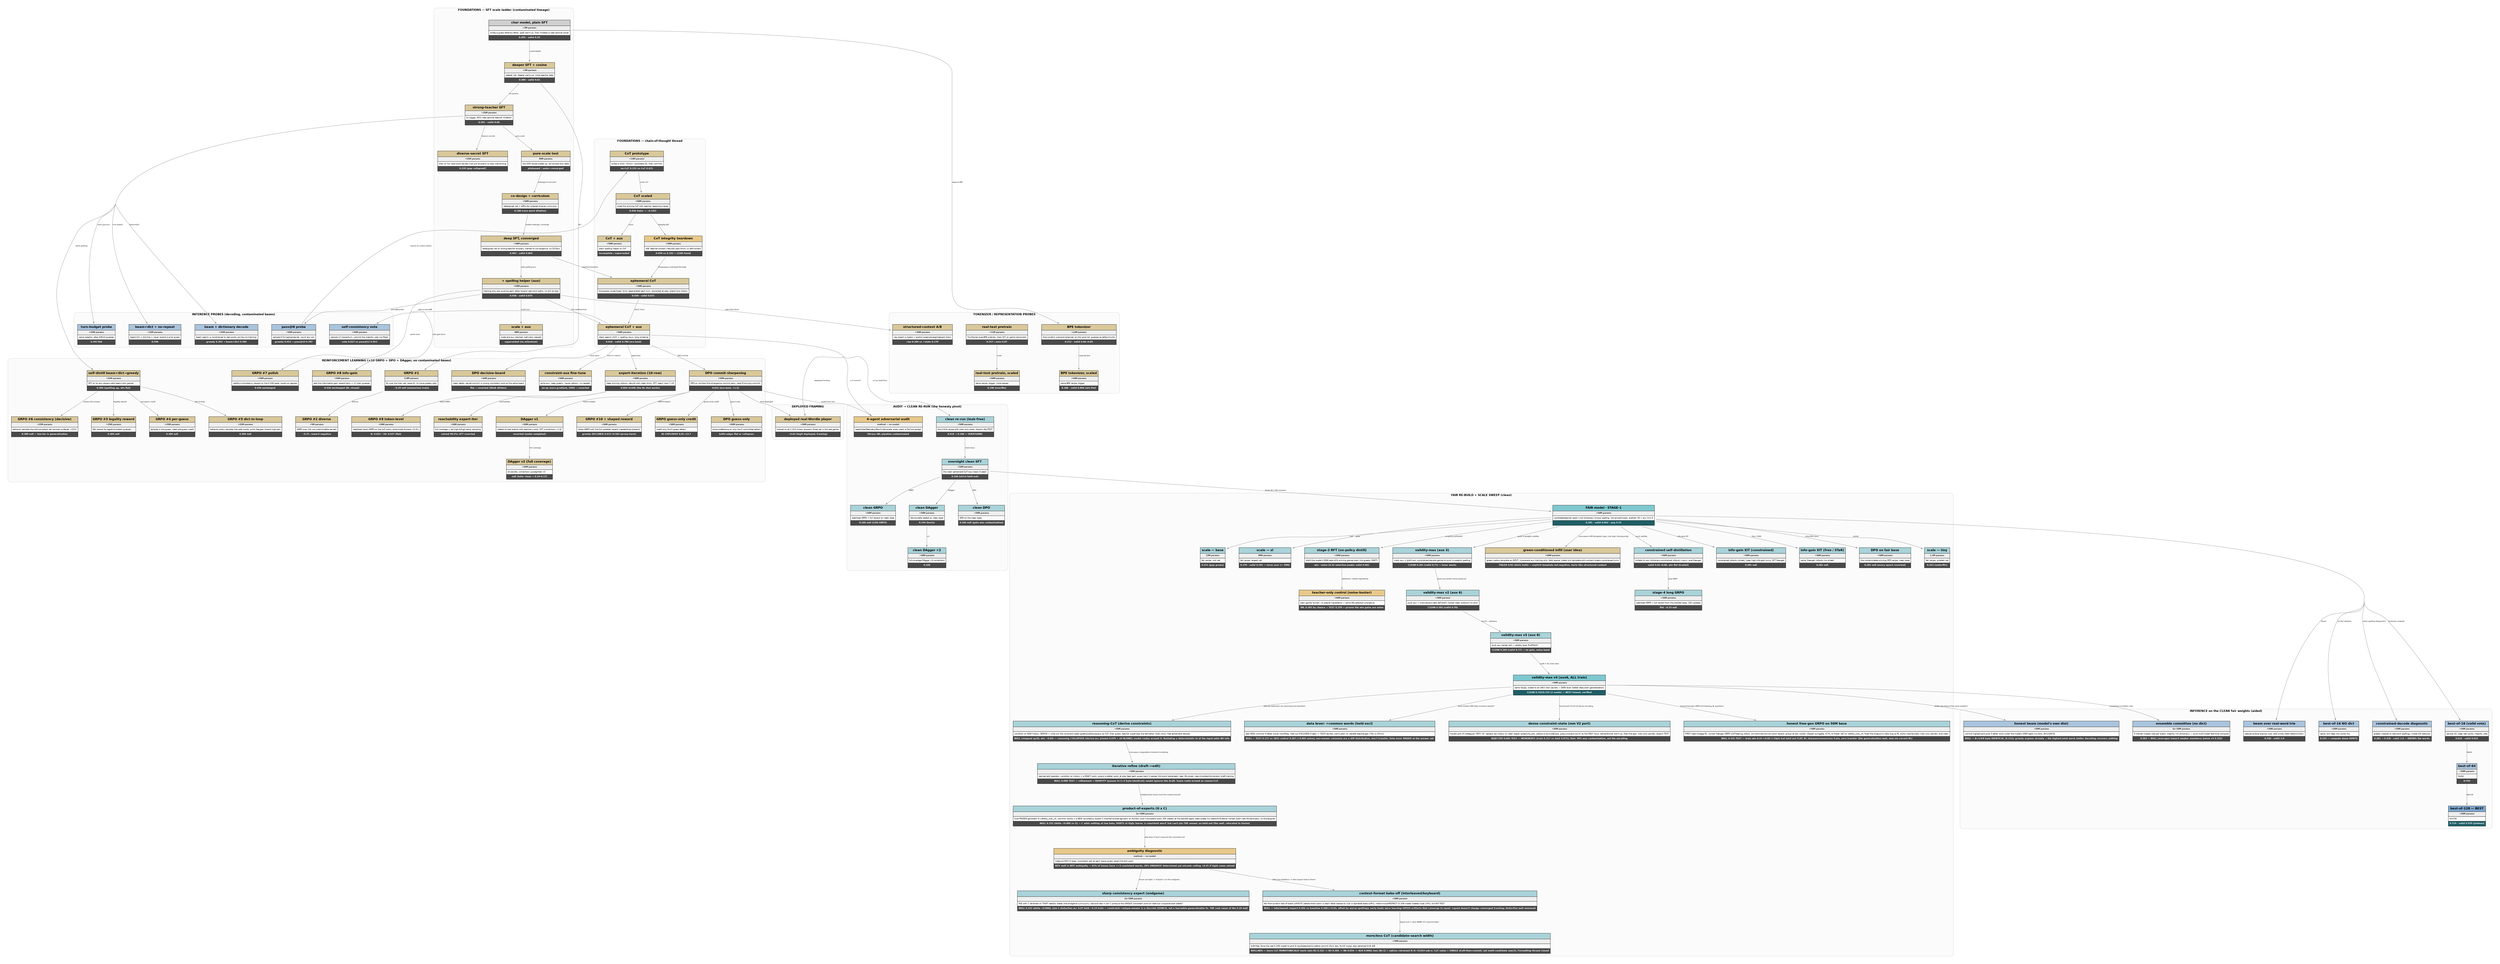
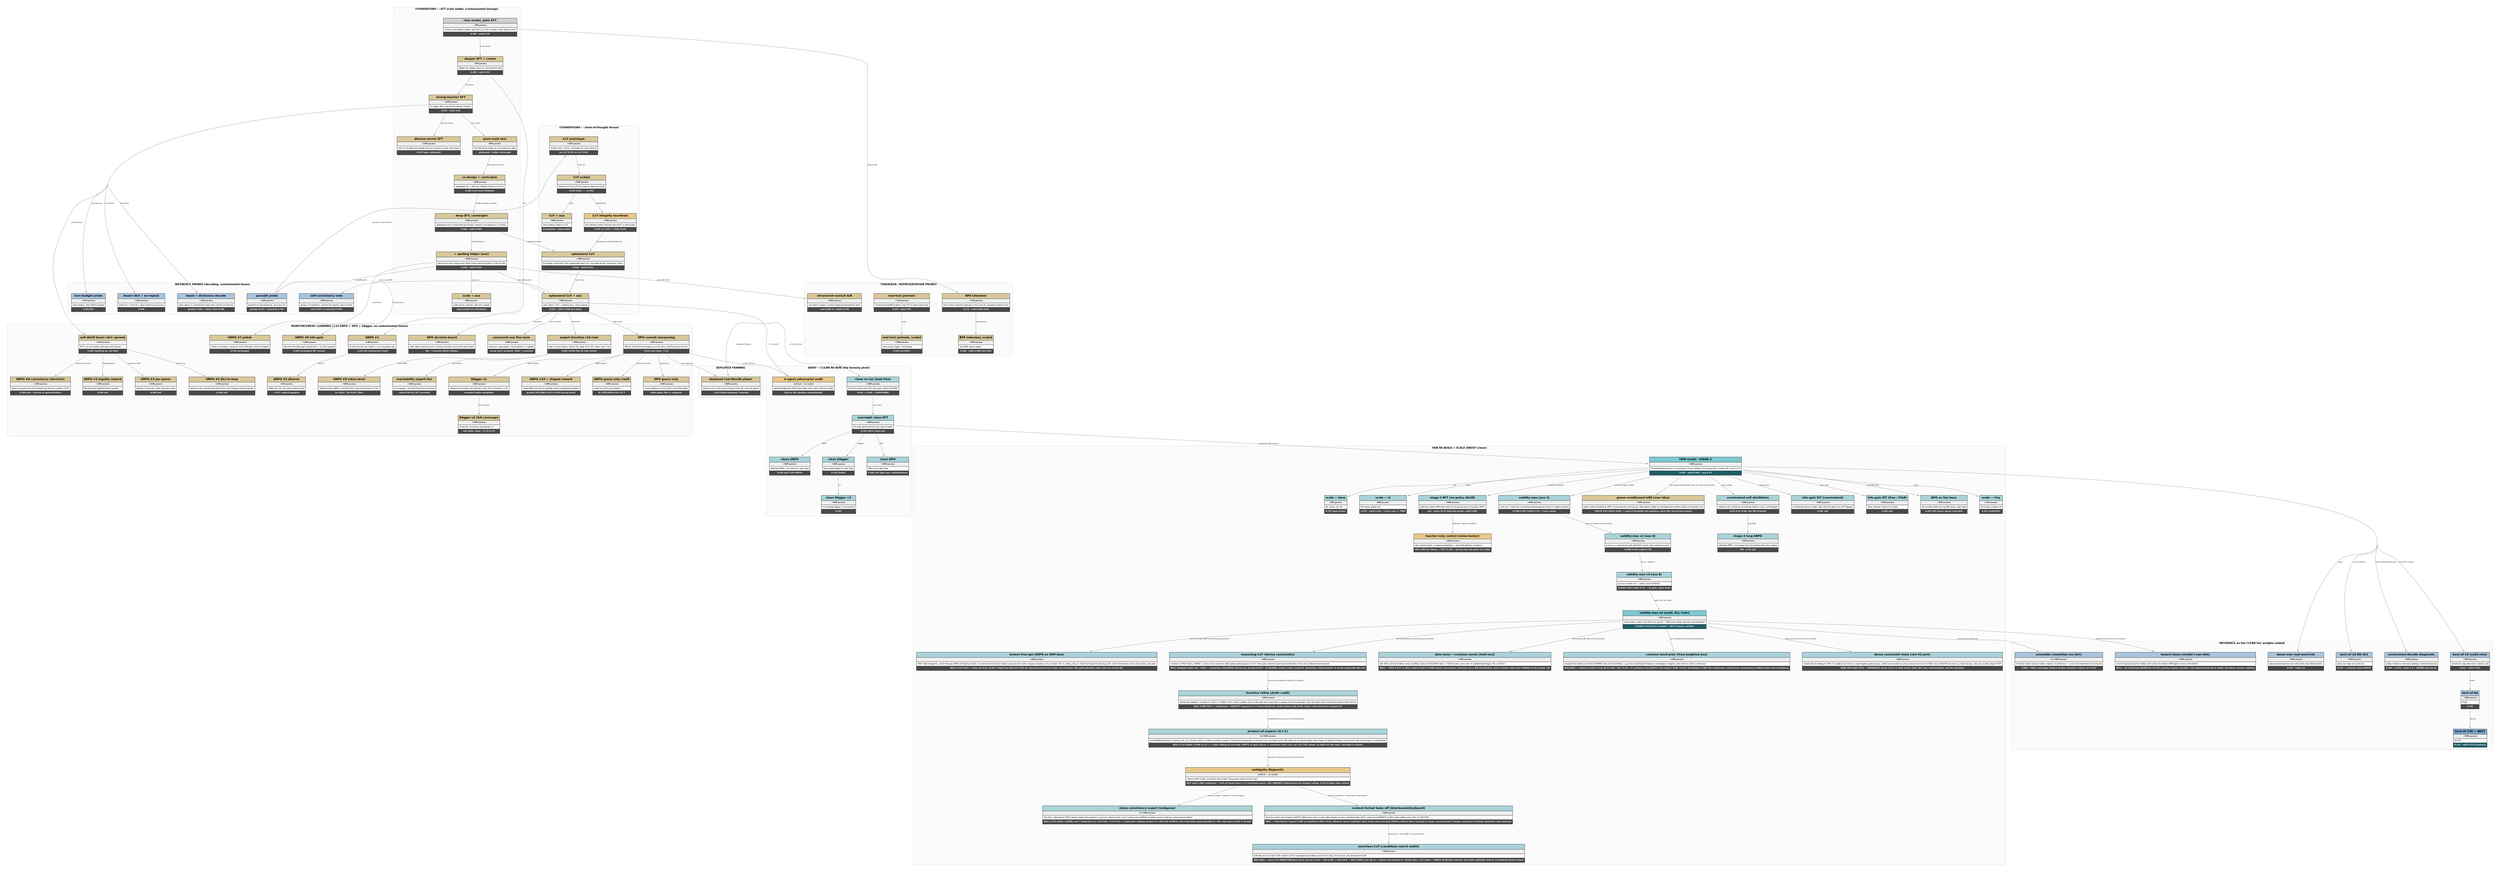
digraph experiments {
  rankdir=TB; bgcolor="white";
  graph [fontname="Helvetica", ranksep=1.2, nodesep=0.65, fontsize=13, concentrate=true, splines=spline, pad=0.4];
  node [shape=plaintext, fontname="Helvetica"];
  edge [fontname="Helvetica", fontsize=8, color="#888888", penwidth=1.1, arrowsize=0.7];
  subgraph cluster_found { label=<<B>FOUNDATIONS — SFT scale ladder (contaminated lineage)</B>>; fontsize=13; color="#cccccc"; style="rounded"; bgcolor="#fbfbfb";
    sft_3m [label=<<TABLE BORDER="0" CELLBORDER="1" CELLSPACING="0" CELLPADDING="5"><TR><TD BGCOLOR="#cfcfcf"><B>char model, plain SFT</B></TD></TR><TR><TD BGCOLOR="#efefef"><FONT POINT-SIZE="9" COLOR="#222222"><B>≈3M params</B></FONT></TD></TR><TR><TD ALIGN="LEFT"><FONT POINT-SIZE="9">writes a guess letter-by-letter; spell warm-up, then imitates a near-optimal solver</FONT></TD></TR><TR><TD BGCOLOR="#4a4a4a"><FONT COLOR="white" POINT-SIZE="10"><B>0.205 · valid 0.54</B></FONT></TD></TR></TABLE>>];
    sft_5m [label=<<TABLE BORDER="0" CELLBORDER="1" CELLSPACING="0" CELLPADDING="5"><TR><TD BGCOLOR="#d9c89a"><B>deeper SFT + cosine</B></TD></TR><TR><TD BGCOLOR="#efefef"><FONT POINT-SIZE="9" COLOR="#222222"><B>≈5M params</B></FONT></TD></TR><TR><TD ALIGN="LEFT"><FONT POINT-SIZE="9">deeper net, deeper warm-up, more teacher data</FONT></TD></TR><TR><TD BGCOLOR="#4a4a4a"><FONT COLOR="white" POINT-SIZE="10"><B>0.300 · valid 0.61</B></FONT></TD></TR></TABLE>>];
    sft_25m [label=<<TABLE BORDER="0" CELLBORDER="1" CELLSPACING="0" CELLPADDING="5"><TR><TD BGCOLOR="#d9c89a"><B>strong-teacher SFT</B></TD></TR><TR><TD BGCOLOR="#efefef"><FONT POINT-SIZE="9" COLOR="#222222"><B>≈25M params</B></FONT></TD></TR><TR><TD ALIGN="LEFT"><FONT POINT-SIZE="9">5x bigger, 80% near-optimal teacher imitation</FONT></TD></TR><TR><TD BGCOLOR="#4a4a4a"><FONT COLOR="white" POINT-SIZE="10"><B>0.391 · valid 0.66</B></FONT></TD></TR></TABLE>>];
    sft_25m_div [label=<<TABLE BORDER="0" CELLBORDER="1" CELLSPACING="0" CELLPADDING="5"><TR><TD BGCOLOR="#d9c89a"><B>diverse-secret SFT</B></TD></TR><TR><TD BGCOLOR="#efefef"><FONT POINT-SIZE="9" COLOR="#222222"><B>≈25M params</B></FONT></TD></TR><TR><TD ALIGN="LEFT"><FONT POINT-SIZE="9">train on full valid-word secrets (not just answers) to stop memorizing</FONT></TD></TR><TR><TD BGCOLOR="#4a4a4a"><FONT COLOR="white" POINT-SIZE="10"><B>0.220 (gap collapsed)</B></FONT></TD></TR></TABLE>>];
    scale_99m [label=<<TABLE BORDER="0" CELLBORDER="1" CELLSPACING="0" CELLPADDING="5"><TR><TD BGCOLOR="#d9c89a"><B>pure-scale test</B></TD></TR><TR><TD BGCOLOR="#efefef"><FONT POINT-SIZE="9" COLOR="#222222"><B>99M params</B></FONT></TD></TR><TR><TD ALIGN="LEFT"><FONT POINT-SIZE="9">the 25M recipe scaled up, old answer-only data</FONT></TD></TR><TR><TD BGCOLOR="#4a4a4a"><FONT COLOR="white" POINT-SIZE="10"><B>plateaued / under-converged</B></FONT></TD></TR></TABLE>>];
    codesign_50m [label=<<TABLE BORDER="0" CELLBORDER="1" CELLSPACING="0" CELLPADDING="5"><TR><TD BGCOLOR="#d9c89a"><B>co-design + curriculum</B></TD></TR><TR><TD BGCOLOR="#efefef"><FONT POINT-SIZE="9" COLOR="#222222"><B>≈50M params</B></FONT></TD></TR><TR><TD ALIGN="LEFT"><FONT POINT-SIZE="9">redesigned net + difficulty-ordered diverse curriculum</FONT></TD></TR><TR><TD BGCOLOR="#4a4a4a"><FONT COLOR="white" POINT-SIZE="10"><B>0.188 (rare-word dilution)</B></FONT></TD></TR></TABLE>>];
    sft_deep [label=<<TABLE BORDER="0" CELLBORDER="1" CELLSPACING="0" CELLPADDING="5"><TR><TD BGCOLOR="#d9c89a"><B>deep SFT, converged</B></TD></TR><TR><TD BGCOLOR="#efefef"><FONT POINT-SIZE="9" COLOR="#222222"><B>≈50M params</B></FONT></TD></TR><TR><TD ALIGN="LEFT"><FONT POINT-SIZE="9">redesigned net on strong-teacher answers, trained to convergence; no CoT/aux</FONT></TD></TR><TR><TD BGCOLOR="#4a4a4a"><FONT COLOR="white" POINT-SIZE="10"><B>0.402 · valid 0.664</B></FONT></TD></TR></TABLE>>];
    sft_aux [label=<<TABLE BORDER="0" CELLBORDER="1" CELLSPACING="0" CELLPADDING="5"><TR><TD BGCOLOR="#d9c89a"><B>+ spelling helper (aux)</B></TD></TR><TR><TD BGCOLOR="#efefef"><FONT POINT-SIZE="9" COLOR="#222222"><B>≈50M params</B></FONT></TD></TR><TR><TD ALIGN="LEFT"><FONT POINT-SIZE="9">training-only loss pushing each letter toward real-word paths; no dict at play</FONT></TD></TR><TR><TD BGCOLOR="#4a4a4a"><FONT COLOR="white" POINT-SIZE="10"><B>0.436 · valid 0.675</B></FONT></TD></TR></TABLE>>];
    sft_aux_xl [label=<<TABLE BORDER="0" CELLBORDER="1" CELLSPACING="0" CELLPADDING="5"><TR><TD BGCOLOR="#d9c89a"><B>scale + aux</B></TD></TR><TR><TD BGCOLOR="#efefef"><FONT POINT-SIZE="9" COLOR="#222222"><B>98M params</B></FONT></TD></TR><TR><TD ALIGN="LEFT"><FONT POINT-SIZE="9">scale and aux stacked, wall-clock capped</FONT></TD></TR><TR><TD BGCOLOR="#4a4a4a"><FONT COLOR="white" POINT-SIZE="10"><B>superseded (no milestone)</B></FONT></TD></TR></TABLE>>];
  }
  subgraph cluster_cot { label=<<B>FOUNDATIONS — chain-of-thought thread</B>>; fontsize=13; color="#cccccc"; style="rounded"; bgcolor="#fbfbfb";
    cot_14m [label=<<TABLE BORDER="0" CELLBORDER="1" CELLSPACING="0" CELLPADDING="5"><TR><TD BGCOLOR="#d9c89a"><B>CoT prototype</B></TD></TR><TR><TD BGCOLOR="#efefef"><FONT POINT-SIZE="9" COLOR="#222222"><B>≈14M params</B></FONT></TD></TR><TR><TD ALIGN="LEFT"><FONT POINT-SIZE="9">writes a short &lt;think&gt; candidate list, then commits</FONT></TD></TR><TR><TD BGCOLOR="#4a4a4a"><FONT COLOR="white" POINT-SIZE="10"><B>no-CoT 0.155 vs CoT 0.415</B></FONT></TD></TR></TABLE>>];
    cot_50m [label=<<TABLE BORDER="0" CELLBORDER="1" CELLSPACING="0" CELLPADDING="5"><TR><TD BGCOLOR="#d9c89a"><B>CoT scaled</B></TD></TR><TR><TD BGCOLOR="#efefef"><FONT POINT-SIZE="9" COLOR="#222222"><B>≈50M params</B></FONT></TD></TR><TR><TD ALIGN="LEFT"><FONT POINT-SIZE="9">scale the winning CoT with teacher reasoning traces</FONT></TD></TR><TR><TD BGCOLOR="#4a4a4a"><FONT COLOR="white" POINT-SIZE="10"><B>0.456 (later → ~0.192)</B></FONT></TD></TR></TABLE>>];
    cot_50m_aux [label=<<TABLE BORDER="0" CELLBORDER="1" CELLSPACING="0" CELLPADDING="5"><TR><TD BGCOLOR="#d9c89a"><B>CoT + aux</B></TD></TR><TR><TD BGCOLOR="#efefef"><FONT POINT-SIZE="9" COLOR="#222222"><B>≈50M params</B></FONT></TD></TR><TR><TD ALIGN="LEFT"><FONT POINT-SIZE="9">stack spelling helper on CoT</FONT></TD></TR><TR><TD BGCOLOR="#4a4a4a"><FONT COLOR="white" POINT-SIZE="10"><B>incomplete / superseded</B></FONT></TD></TR></TABLE>>];
    cot_show [label=<<TABLE BORDER="0" CELLBORDER="1" CELLSPACING="0" CELLPADDING="5"><TR><TD BGCOLOR="#e8c98a"><B>CoT integrity teardown</B></TD></TR><TR><TD BGCOLOR="#efefef"><FONT POINT-SIZE="9" COLOR="#222222"><B>≈50M params</B></FONT></TD></TR><TR><TD ALIGN="LEFT"><FONT POINT-SIZE="9">A/B: teacher-context (rebuilds past think) vs self-context</FONT></TD></TR><TR><TD BGCOLOR="#4a4a4a"><FONT COLOR="white" POINT-SIZE="10"><B>0.450 vs 0.192 — LEAK found</B></FONT></TD></TR></TABLE>>];
    cot_eph [label=<<TABLE BORDER="0" CELLBORDER="1" CELLSPACING="0" CELLPADDING="5"><TR><TD BGCOLOR="#d9c89a"><B>ephemeral CoT</B></TD></TR><TR><TD BGCOLOR="#efefef"><FONT POINT-SIZE="9" COLOR="#222222"><B>≈50M params</B></FONT></TD></TR><TR><TD ALIGN="LEFT"><FONT POINT-SIZE="9">throwaway scratchpad: think regenerated each turn, discarded at play; board-only history</FONT></TD></TR><TR><TD BGCOLOR="#4a4a4a"><FONT COLOR="white" POINT-SIZE="10"><B>0.430 · valid 0.671</B></FONT></TD></TR></TABLE>>];
    cot_eph_aux [label=<<TABLE BORDER="0" CELLBORDER="1" CELLSPACING="0" CELLPADDING="5"><TR><TD BGCOLOR="#d9c89a"><B>ephemeral CoT + aux</B></TD></TR><TR><TD BGCOLOR="#efefef"><FONT POINT-SIZE="9" COLOR="#222222"><B>≈50M params</B></FONT></TD></TR><TR><TD ALIGN="LEFT"><FONT POINT-SIZE="9">stack search (CoT) + spelling (aux); long schedule</FONT></TD></TR><TR><TD BGCOLOR="#4a4a4a"><FONT COLOR="white" POINT-SIZE="10"><B>0.616 · valid 0.788 (era best)</B></FONT></TD></TR></TABLE>>];
  }
  subgraph cluster_val { label=<<B>TOKENIZER / REPRESENTATION PROBES</B>>; fontsize=13; color="#cccccc"; style="rounded"; bgcolor="#fbfbfb";
    bpe_12m [label=<<TABLE BORDER="0" CELLBORDER="1" CELLSPACING="0" CELLPADDING="5"><TR><TD BGCOLOR="#d9c89a"><B>BPE tokenizer</B></TD></TR><TR><TD BGCOLOR="#efefef"><FONT POINT-SIZE="9" COLOR="#222222"><B>≈12M params</B></FONT></TD></TR><TR><TD ALIGN="LEFT"><FONT POINT-SIZE="9">from-scratch subword tokenizer on the word list; guesses as letter-chunks</FONT></TD></TR><TR><TD BGCOLOR="#4a4a4a"><FONT COLOR="white" POINT-SIZE="10"><B>0.212 · valid 0.66→0.85</B></FONT></TD></TR></TABLE>>];
    bpe_50m [label=<<TABLE BORDER="0" CELLBORDER="1" CELLSPACING="0" CELLPADDING="5"><TR><TD BGCOLOR="#d9c89a"><B>BPE tokenizer, scaled</B></TD></TR><TR><TD BGCOLOR="#efefef"><FONT POINT-SIZE="9" COLOR="#222222"><B>≈50M params</B></FONT></TD></TR><TR><TD ALIGN="LEFT"><FONT POINT-SIZE="9">same BPE recipe, bigger</FONT></TD></TR><TR><TD BGCOLOR="#4a4a4a"><FONT COLOR="white" POINT-SIZE="10"><B>0.188 · valid 0.806 (win flat)</B></FONT></TD></TR></TABLE>>];
    oreo_11m [label=<<TABLE BORDER="0" CELLBORDER="1" CELLSPACING="0" CELLPADDING="5"><TR><TD BGCOLOR="#d9c89a"><B>real-text pretrain</B></TD></TR><TR><TD BGCOLOR="#efefef"><FONT POINT-SIZE="9" COLOR="#222222"><B>≈11M params</B></FONT></TD></TR><TR><TD ALIGN="LEFT"><FONT POINT-SIZE="9">TinyStories byte-BPE pretrain, then SFT on game transcripts</FONT></TD></TR><TR><TD BGCOLOR="#4a4a4a"><FONT COLOR="white" POINT-SIZE="10"><B>0.257 / seen 0.87</B></FONT></TD></TR></TABLE>>];
    oreo_50m [label=<<TABLE BORDER="0" CELLBORDER="1" CELLSPACING="0" CELLPADDING="5"><TR><TD BGCOLOR="#d9c89a"><B>real-text pretrain, scaled</B></TD></TR><TR><TD BGCOLOR="#efefef"><FONT POINT-SIZE="9" COLOR="#222222"><B>≈50M params</B></FONT></TD></TR><TR><TD ALIGN="LEFT"><FONT POINT-SIZE="9">same recipe, bigger, more passes</FONT></TD></TR><TR><TD BGCOLOR="#4a4a4a"><FONT COLOR="white" POINT-SIZE="10"><B>0.190 (overfits)</B></FONT></TD></TR></TABLE>>];
    structured_ctx [label=<<TABLE BORDER="0" CELLBORDER="1" CELLSPACING="0" CELLPADDING="5"><TR><TD BGCOLOR="#d9c89a"><B>structured-context A/B</B></TD></TR><TR><TD BGCOLOR="#efefef"><FONT POINT-SIZE="9" COLOR="#222222"><B>≈50M params</B></FONT></TD></TR><TR><TD ALIGN="LEFT"><FONT POINT-SIZE="9">raw board vs board + explicit greens/present/absent block</FONT></TD></TR><TR><TD BGCOLOR="#4a4a4a"><FONT COLOR="white" POINT-SIZE="10"><B>raw 0.260 vs +state 0.170</B></FONT></TD></TR></TABLE>>];
  }
  subgraph cluster_rl { label=<<B>REINFORCEMENT LEARNING (×10 GRPO + DPO + DAgger, on contaminated bases)</B>>; fontsize=13; color="#cccccc"; style="rounded"; bgcolor="#fbfbfb";
    grpo_5m [label=<<TABLE BORDER="0" CELLBORDER="1" CELLSPACING="0" CELLPADDING="5"><TR><TD BGCOLOR="#d9c89a"><B>GRPO #1</B></TD></TR><TR><TD BGCOLOR="#efefef"><FONT POINT-SIZE="9" COLOR="#222222"><B>4.8M params</B></FONT></TD></TR><TR><TD ALIGN="LEFT"><FONT POINT-SIZE="9">RL over the train set, loose KL, to move greedy play</FONT></TD></TR><TR><TD BGCOLOR="#4a4a4a"><FONT COLOR="white" POINT-SIZE="10"><B>~0.29 null (memorizes train)</B></FONT></TD></TR></TABLE>>];
    grpo_5m_div [label=<<TABLE BORDER="0" CELLBORDER="1" CELLSPACING="0" CELLPADDING="5"><TR><TD BGCOLOR="#d9c89a"><B>GRPO #2 diverse</B></TD></TR><TR><TD BGCOLOR="#efefef"><FONT POINT-SIZE="9" COLOR="#222222"><B>≈5M params</B></FONT></TD></TR><TR><TD ALIGN="LEFT"><FONT POINT-SIZE="9">GRPO over 14k non-memorizable secrets</FONT></TD></TR><TR><TD BGCOLOR="#4a4a4a"><FONT COLOR="white" POINT-SIZE="10"><B>~0.27, reward negative</B></FONT></TD></TR></TABLE>>];
    self_distill_25m [label=<<TABLE BORDER="0" CELLBORDER="1" CELLSPACING="0" CELLPADDING="5"><TR><TD BGCOLOR="#d9c89a"><B>self-distill beam+dict→greedy</B></TD></TR><TR><TD BGCOLOR="#efefef"><FONT POINT-SIZE="9" COLOR="#222222"><B>≈25M params</B></FONT></TD></TR><TR><TD ALIGN="LEFT"><FONT POINT-SIZE="9">SFT on its own always-valid beam+dict games</FONT></TD></TR><TR><TD BGCOLOR="#4a4a4a"><FONT COLOR="white" POINT-SIZE="10"><B>0.384 (spelling up, win flat)</B></FONT></TD></TR></TABLE>>];
    rl_consistency [label=<<TABLE BORDER="0" CELLBORDER="1" CELLSPACING="0" CELLPADDING="5"><TR><TD BGCOLOR="#d9c89a"><B>GRPO #3 legality reward</B></TD></TR><TR><TD BGCOLOR="#efefef"><FONT POINT-SIZE="9" COLOR="#222222"><B>≈25M params</B></FONT></TD></TR><TR><TD ALIGN="LEFT"><FONT POINT-SIZE="9">flat reward for legal/consistent guesses</FONT></TD></TR><TR><TD BGCOLOR="#4a4a4a"><FONT COLOR="white" POINT-SIZE="10"><B>0.384 null</B></FONT></TD></TR></TABLE>>];
    rl_perguess [label=<<TABLE BORDER="0" CELLBORDER="1" CELLSPACING="0" CELLPADDING="5"><TR><TD BGCOLOR="#d9c89a"><B>GRPO #4 per-guess</B></TD></TR><TR><TD BGCOLOR="#efefef"><FONT POINT-SIZE="9" COLOR="#222222"><B>≈25M params</B></FONT></TD></TR><TR><TD ALIGN="LEFT"><FONT POINT-SIZE="9">episode = one guess, clean per-guess credit</FONT></TD></TR><TR><TD BGCOLOR="#4a4a4a"><FONT COLOR="white" POINT-SIZE="10"><B>0.384 null</B></FONT></TD></TR></TABLE>>];
    rl_dict [label=<<TABLE BORDER="0" CELLBORDER="1" CELLSPACING="0" CELLPADDING="5"><TR><TD BGCOLOR="#d9c89a"><B>GRPO #5 dict-in-loop</B></TD></TR><TR><TD BGCOLOR="#efefef"><FONT POINT-SIZE="9" COLOR="#222222"><B>≈25M params</B></FONT></TD></TR><TR><TD ALIGN="LEFT"><FONT POINT-SIZE="9">behavior policy samples trie-valid words, push free-gen toward high-adv</FONT></TD></TR><TR><TD BGCOLOR="#4a4a4a"><FONT COLOR="white" POINT-SIZE="10"><B>0.384 null</B></FONT></TD></TR></TABLE>>];
    rl_constrained [label=<<TABLE BORDER="0" CELLBORDER="1" CELLSPACING="0" CELLPADDING="5"><TR><TD BGCOLOR="#d9c89a"><B>GRPO #6 consistency (decisive)</B></TD></TR><TR><TD BGCOLOR="#efefef"><FONT POINT-SIZE="9" COLOR="#222222"><B>≈25M params</B></FONT></TD></TR><TR><TD ALIGN="LEFT"><FONT POINT-SIZE="9">behavior samples the still-consistent set (answer surfaced ~22%)</FONT></TD></TR><TR><TD BGCOLOR="#4a4a4a"><FONT COLOR="white" POINT-SIZE="10"><B>0.389 null — barrier is generalization</B></FONT></TD></TR></TABLE>>];
    rl_polish [label=<<TABLE BORDER="0" CELLBORDER="1" CELLSPACING="0" CELLPADDING="5"><TR><TD BGCOLOR="#d9c89a"><B>GRPO #7 polish</B></TD></TR><TR><TD BGCOLOR="#efefef"><FONT POINT-SIZE="9" COLOR="#222222"><B>≈50M params</B></FONT></TD></TR><TR><TD ALIGN="LEFT"><FONT POINT-SIZE="9">validity+consistency reward on the 0.436 base, revert-on-regress</FONT></TD></TR><TR><TD BGCOLOR="#4a4a4a"><FONT COLOR="white" POINT-SIZE="10"><B>0.436 unchanged</B></FONT></TD></TR></TABLE>>];
    rl_infogain [label=<<TABLE BORDER="0" CELLBORDER="1" CELLSPACING="0" CELLPADDING="5"><TR><TD BGCOLOR="#d9c89a"><B>GRPO #8 info-gain</B></TD></TR><TR><TD BGCOLOR="#efefef"><FONT POINT-SIZE="9" COLOR="#222222"><B>≈50M params</B></FONT></TD></TR><TR><TD ALIGN="LEFT"><FONT POINT-SIZE="9">add the information-gain reward term + 12 train guesses</FONT></TD></TR><TR><TD BGCOLOR="#4a4a4a"><FONT COLOR="white" POINT-SIZE="10"><B>0.436 unchanged (RL closed)</B></FONT></TD></TR></TABLE>>];
    rl_expert_10row [label=<<TABLE BORDER="0" CELLBORDER="1" CELLSPACING="0" CELLPADDING="5"><TR><TD BGCOLOR="#d9c89a"><B>expert-iteration (10-row)</B></TD></TR><TR><TD BGCOLOR="#efefef"><FONT POINT-SIZE="9" COLOR="#222222"><B>≈50M params</B></FONT></TD></TR><TR><TD ALIGN="LEFT"><FONT POINT-SIZE="9">keep winning rollouts, rebuild with clean think, SFT; teach rows 7–10</FONT></TD></TR><TR><TD BGCOLOR="#4a4a4a"><FONT COLOR="white" POINT-SIZE="10"><B>0.604→0.646 (the RL that works)</B></FONT></TD></TR></TABLE>>];
    rl_expert_tail [label=<<TABLE BORDER="0" CELLBORDER="1" CELLSPACING="0" CELLPADDING="5"><TR><TD BGCOLOR="#d9c89a"><B>reachability expert-iter</B></TD></TR><TR><TD BGCOLOR="#efefef"><FONT POINT-SIZE="9" COLOR="#222222"><B>≈50M params</B></FONT></TD></TR><TR><TD ALIGN="LEFT"><FONT POINT-SIZE="9">full coverage + tail high-K/high-temp sampling</FONT></TD></TR><TR><TD BGCOLOR="#4a4a4a"><FONT COLOR="white" POINT-SIZE="10"><B>solved 99.5%; SFT reverted</B></FONT></TD></TR></TABLE>>];
    rl_grpo_polish [label=<<TABLE BORDER="0" CELLBORDER="1" CELLSPACING="0" CELLPADDING="5"><TR><TD BGCOLOR="#d9c89a"><B>GRPO #9 token-level</B></TD></TR><TR><TD BGCOLOR="#efefef"><FONT POINT-SIZE="9" COLOR="#222222"><B>≈50M params</B></FONT></TD></TR><TR><TD ALIGN="LEFT"><FONT POINT-SIZE="9">stabilized token-GRPO on the CoT policy (eval-mode forward, k3 KL)</FONT></TD></TR><TR><TD BGCOLOR="#4a4a4a"><FONT COLOR="white" POINT-SIZE="10"><B>6r 0.622 / 10r 0.637 (flat)</B></FONT></TD></TR></TABLE>>];
    dpo_commit [label=<<TABLE BORDER="0" CELLBORDER="1" CELLSPACING="0" CELLPADDING="5"><TR><TD BGCOLOR="#d9c89a"><B>DPO commit-sharpening</B></TD></TR><TR><TD BGCOLOR="#efefef"><FONT POINT-SIZE="9" COLOR="#222222"><B>≈50M params</B></FONT></TD></TR><TR><TD ALIGN="LEFT"><FONT POINT-SIZE="9">DPO on win/loss first-divergence commit pairs; raise P(winning commit)</FONT></TD></TR><TR><TD BGCOLOR="#4a4a4a"><FONT COLOR="white" POINT-SIZE="10"><B>0.631 (era best, +1.5)</B></FONT></TD></TR></TABLE>>];
    dpo_decisive [label=<<TABLE BORDER="0" CELLBORDER="1" CELLSPACING="0" CELLPADDING="5"><TR><TD BGCOLOR="#d9c89a"><B>DPO decisive-board</B></TD></TR><TR><TD BGCOLOR="#efefef"><FONT POINT-SIZE="9" COLOR="#222222"><B>≈50M params</B></FONT></TD></TR><TR><TD ALIGN="LEFT"><FONT POINT-SIZE="9">clean labels: secret-commit vs wrong consistent word at the same board</FONT></TD></TR><TR><TD BGCOLOR="#4a4a4a"><FONT COLOR="white" POINT-SIZE="10"><B>flat → reverted (think dilutes)</B></FONT></TD></TR></TABLE>>];
    dpo_guessonly [label=<<TABLE BORDER="0" CELLBORDER="1" CELLSPACING="0" CELLPADDING="5"><TR><TD BGCOLOR="#d9c89a"><B>DPO guess-only</B></TD></TR><TR><TD BGCOLOR="#efefef"><FONT POINT-SIZE="9" COLOR="#222222"><B>≈50M params</B></FONT></TD></TR><TR><TD ALIGN="LEFT"><FONT POINT-SIZE="9">score preference on only the 5 committed letters</FONT></TD></TR><TR><TD BGCOLOR="#4a4a4a"><FONT COLOR="white" POINT-SIZE="10"><B>knife-edge: flat or collapses</B></FONT></TD></TR></TABLE>>];
    constraint_aux [label=<<TABLE BORDER="0" CELLBORDER="1" CELLSPACING="0" CELLPADDING="5"><TR><TD BGCOLOR="#d9c89a"><B>constraint-aux fine-tune</B></TD></TR><TR><TD BGCOLOR="#efefef"><FONT POINT-SIZE="9" COLOR="#222222"><B>≈50M params</B></FONT></TD></TR><TR><TD ALIGN="LEFT"><FONT POINT-SIZE="9">extra aux: keep greens / reuse yellows / no repeats</FONT></TD></TR><TR><TD BGCOLOR="#4a4a4a"><FONT COLOR="white" POINT-SIZE="10"><B>no-op (zero gradient, OOD) → reverted</B></FONT></TD></TR></TABLE>>];
    dagger_v1 [label=<<TABLE BORDER="0" CELLBORDER="1" CELLSPACING="0" CELLPADDING="5"><TR><TD BGCOLOR="#d9c89a"><B>DAgger v1</B></TD></TR><TR><TD BGCOLOR="#efefef"><FONT POINT-SIZE="9" COLOR="#222222"><B>≈50M params</B></FONT></TD></TR><TR><TD ALIGN="LEFT"><FONT POINT-SIZE="9">relabel its bad boards with teacher's word, SFT (corrections ~1:6)</FONT></TD></TR><TR><TD BGCOLOR="#4a4a4a"><FONT COLOR="white" POINT-SIZE="10"><B>reverted (under-weighted)</B></FONT></TD></TR></TABLE>>];
    rl_grpo_reward [label=<<TABLE BORDER="0" CELLBORDER="1" CELLSPACING="0" CELLPADDING="5"><TR><TD BGCOLOR="#d9c89a"><B>GRPO #10 + shaped reward</B></TD></TR><TR><TD BGCOLOR="#efefef"><FONT POINT-SIZE="9" COLOR="#222222"><B>≈50M params</B></FONT></TD></TR><TR><TD ALIGN="LEFT"><FONT POINT-SIZE="9">token-GRPO with the full updated reward (repeat/drop-present)</FONT></TD></TR><TR><TD BGCOLOR="#4a4a4a"><FONT COLOR="white" POINT-SIZE="10"><B>greedy DECLINED 0.615→0.583 (proxy-hack)</B></FONT></TD></TR></TABLE>>];
    rl_grpo_guessonly [label=<<TABLE BORDER="0" CELLBORDER="1" CELLSPACING="0" CELLPADDING="5"><TR><TD BGCOLOR="#d9c89a"><B>GRPO guess-only credit</B></TD></TR><TR><TD BGCOLOR="#efefef"><FONT POINT-SIZE="9" COLOR="#222222"><B>≈50M params</B></FONT></TD></TR><TR><TD ALIGN="LEFT"><FONT POINT-SIZE="9">credit only the 5 guess letters</FONT></TD></TR><TR><TD BGCOLOR="#4a4a4a"><FONT COLOR="white" POINT-SIZE="10"><B>KL EXPLODED 0.01→12.7</B></FONT></TD></TR></TABLE>>];
    dagger_v2 [label=<<TABLE BORDER="0" CELLBORDER="1" CELLSPACING="0" CELLPADDING="5"><TR><TD BGCOLOR="#d9c89a"><B>DAgger v2 (full coverage)</B></TD></TR><TR><TD BGCOLOR="#efefef"><FONT POINT-SIZE="9" COLOR="#222222"><B>≈50M params</B></FONT></TD></TR><TR><TD ALIGN="LEFT"><FONT POINT-SIZE="9">all secrets, corrections upweighted ×4</FONT></TD></TR><TR><TD BGCOLOR="#4a4a4a"><FONT COLOR="white" POINT-SIZE="10"><B>null (later clean → 0.14–0.17)</B></FONT></TD></TR></TABLE>>];
  }
  subgraph cluster_audit { label=<<B>AUDIT → CLEAN RE-RUN (the honesty pivot)</B>>; fontsize=13; color="#cccccc"; style="rounded"; bgcolor="#fbfbfb";
    audit [label=<<TABLE BORDER="0" CELLBORDER="1" CELLSPACING="0" CELLPADDING="5"><TR><TD BGCOLOR="#e8c98a"><B>4-agent adversarial audit</B></TD></TR><TR><TD BGCOLOR="#efefef"><FONT POINT-SIZE="9" COLOR="#222222"><B>method — no model</B></FONT></TD></TR><TR><TD ALIGN="LEFT"><FONT POINT-SIZE="9">Lead/Code/Telemetry/Devil's-Advocate, every claim a file:line receipt</FONT></TD></TR><TR><TD BGCOLOR="#4a4a4a"><FONT COLOR="white" POINT-SIZE="10"><B>library OK; pipeline contaminated</B></FONT></TD></TR></TABLE>>];
    clean_rerun [label=<<TABLE BORDER="0" CELLBORDER="1" CELLSPACING="0" CELLPADDING="5"><TR><TD BGCOLOR="#a9d3d9"><B>clean re-run (leak-free)</B></TD></TR><TR><TD BGCOLOR="#efefef"><FONT POINT-SIZE="9" COLOR="#222222"><B>≈50M params</B></FONT></TD></TR><TR><TD ALIGN="LEFT"><FONT POINT-SIZE="9">the 0.616 recipe with train-only pools, disjoint VAL/TEST</FONT></TD></TR><TR><TD BGCOLOR="#4a4a4a"><FONT COLOR="white" POINT-SIZE="10"><B>0.616 → 0.166 — OVERTURNS</B></FONT></TD></TR></TABLE>>];
    overnight_clean_sft [label=<<TABLE BORDER="0" CELLBORDER="1" CELLSPACING="0" CELLPADDING="5"><TR><TD BGCOLOR="#a9d3d9"><B>overnight clean SFT</B></TD></TR><TR><TD BGCOLOR="#efefef"><FONT POINT-SIZE="9" COLOR="#222222"><B>≈50M params</B></FONT></TD></TR><TR><TD ALIGN="LEFT"><FONT POINT-SIZE="9">the clean ephemeral-CoT+aux base (3-seed)</FONT></TD></TR><TR><TD BGCOLOR="#4a4a4a"><FONT COLOR="white" POINT-SIZE="10"><B>0.166 (strict held-out)</B></FONT></TD></TR></TABLE>>];
    overnight_clean_dpo [label=<<TABLE BORDER="0" CELLBORDER="1" CELLSPACING="0" CELLPADDING="5"><TR><TD BGCOLOR="#a9d3d9"><B>clean DPO</B></TD></TR><TR><TD BGCOLOR="#efefef"><FONT POINT-SIZE="9" COLOR="#222222"><B>≈50M params</B></FONT></TD></TR><TR><TD ALIGN="LEFT"><FONT POINT-SIZE="9">DPO on the clean base</FONT></TD></TR><TR><TD BGCOLOR="#4a4a4a"><FONT COLOR="white" POINT-SIZE="10"><B>0.166 null (gain was contamination)</B></FONT></TD></TR></TABLE>>];
    overnight_clean_grpo [label=<<TABLE BORDER="0" CELLBORDER="1" CELLSPACING="0" CELLPADDING="5"><TR><TD BGCOLOR="#a9d3d9"><B>clean GRPO</B></TD></TR><TR><TD BGCOLOR="#efefef"><FONT POINT-SIZE="9" COLOR="#222222"><B>≈50M params</B></FONT></TD></TR><TR><TD ALIGN="LEFT"><FONT POINT-SIZE="9">stabilized GRPO + full reward on clean base</FONT></TD></TR><TR><TD BGCOLOR="#4a4a4a"><FONT COLOR="white" POINT-SIZE="10"><B>0.166 null (11th GRPO)</B></FONT></TD></TR></TABLE>>];
    overnight_clean_dagger [label=<<TABLE BORDER="0" CELLBORDER="1" CELLSPACING="0" CELLPADDING="5"><TR><TD BGCOLOR="#a9d3d9"><B>clean DAgger</B></TD></TR><TR><TD BGCOLOR="#efefef"><FONT POINT-SIZE="9" COLOR="#222222"><B>≈50M params</B></FONT></TD></TR><TR><TD ALIGN="LEFT"><FONT POINT-SIZE="9">failure-state relabel on clean base</FONT></TD></TR><TR><TD BGCOLOR="#4a4a4a"><FONT COLOR="white" POINT-SIZE="10"><B>0.144 (hurts)</B></FONT></TD></TR></TABLE>>];
    overnight_clean_dagger2 [label=<<TABLE BORDER="0" CELLBORDER="1" CELLSPACING="0" CELLPADDING="5"><TR><TD BGCOLOR="#a9d3d9"><B>clean DAgger ×2</B></TD></TR><TR><TD BGCOLOR="#efefef"><FONT POINT-SIZE="9" COLOR="#222222"><B>≈50M params</B></FONT></TD></TR><TR><TD ALIGN="LEFT"><FONT POINT-SIZE="9">full-coverage DAgger ×4 corrections</FONT></TD></TR><TR><TD BGCOLOR="#4a4a4a"><FONT COLOR="white" POINT-SIZE="10"><B>0.169</B></FONT></TD></TR></TABLE>>];
  }
  subgraph cluster_scale { label=<<B>FAIR RE-BUILD + SCALE SWEEP (clean)</B>>; fontsize=13; color="#cccccc"; style="rounded"; bgcolor="#fbfbfb";
    fair_stage1 [label=<<TABLE BORDER="0" CELLBORDER="1" CELLSPACING="0" CELLPADDING="5"><TR><TD BGCOLOR="#7ec8d0"><B>FAIR model · STAGE-1</B></TD></TR><TR><TD BGCOLOR="#efefef"><FONT POINT-SIZE="9" COLOR="#222222"><B>≈50M params</B></FONT></TD></TR><TR><TD ALIGN="LEFT"><FONT POINT-SIZE="9">candidate/teacher pools = full dictionary (knows spelling, not answer-hood); pretrain 30 + aux λ=1.0</FONT></TD></TR><TR><TD BGCOLOR="#1f5e66"><FONT COLOR="white" POINT-SIZE="10"><B>0.281 · valid 0.662 · avg 4.33</B></FONT></TD></TR></TABLE>>];
    distill_constrained [label=<<TABLE BORDER="0" CELLBORDER="1" CELLSPACING="0" CELLPADDING="5"><TR><TD BGCOLOR="#a9d3d9"><B>constrained self-distillation</B></TD></TR><TR><TD BGCOLOR="#efefef"><FONT POINT-SIZE="9" COLOR="#222222"><B>≈50M params</B></FONT></TD></TR><TR><TD ALIGN="LEFT"><FONT POINT-SIZE="9">imitate its own dictionary-constrained rollouts (+aux), eval free-gen</FONT></TD></TR><TR><TD BGCOLOR="#4a4a4a"><FONT COLOR="white" POINT-SIZE="10"><B>valid 0.62→0.80, win flat (traded)</B></FONT></TD></TR></TABLE>>];
    infogain_xit_c [label=<<TABLE BORDER="0" CELLBORDER="1" CELLSPACING="0" CELLPADDING="5"><TR><TD BGCOLOR="#a9d3d9"><B>info-gain XIT (constrained)</B></TD></TR><TR><TD BGCOLOR="#efefef"><FONT POINT-SIZE="9" COLOR="#222222"><B>≈50M params</B></FONT></TD></TR><TR><TD ALIGN="LEFT"><FONT POINT-SIZE="9">constrained rollouts (wheel), keep high-info-gain turns, SFT free-gen</FONT></TD></TR><TR><TD BGCOLOR="#4a4a4a"><FONT COLOR="white" POINT-SIZE="10"><B>0.281 null</B></FONT></TD></TR></TABLE>>];
    infogain_xit_f [label=<<TABLE BORDER="0" CELLBORDER="1" CELLSPACING="0" CELLPADDING="5"><TR><TD BGCOLOR="#a9d3d9"><B>info-gain XIT (free / STaR)</B></TD></TR><TR><TD BGCOLOR="#efefef"><FONT POINT-SIZE="9" COLOR="#222222"><B>≈50M params</B></FONT></TD></TR><TR><TD ALIGN="LEFT"><FONT POINT-SIZE="9">same, free-gen rollouts (no wheel)</FONT></TD></TR><TR><TD BGCOLOR="#4a4a4a"><FONT COLOR="white" POINT-SIZE="10"><B>0.281 null</B></FONT></TD></TR></TABLE>>];
    dpo_fair [label=<<TABLE BORDER="0" CELLBORDER="1" CELLSPACING="0" CELLPADDING="5"><TR><TD BGCOLOR="#a9d3d9"><B>DPO on fair base</B></TD></TR><TR><TD BGCOLOR="#efefef"><FONT POINT-SIZE="9" COLOR="#222222"><B>≈50M params</B></FONT></TD></TR><TR><TD ALIGN="LEFT"><FONT POINT-SIZE="9">the contaminated-winning DPO recipe, clean base</FONT></TD></TR><TR><TD BGCOLOR="#4a4a4a"><FONT COLOR="white" POINT-SIZE="10"><B>0.281 null (every epoch reverted)</B></FONT></TD></TR></TABLE>>];
    grpo_full_fair [label=<<TABLE BORDER="0" CELLBORDER="1" CELLSPACING="0" CELLPADDING="5"><TR><TD BGCOLOR="#a9d3d9"><B>stage-4 long GRPO</B></TD></TR><TR><TD BGCOLOR="#efefef"><FONT POINT-SIZE="9" COLOR="#222222"><B>≈50M params</B></FONT></TD></TR><TR><TD ALIGN="LEFT"><FONT POINT-SIZE="9">stabilized GRPO + full reward from the distilled base, 150 updates</FONT></TD></TR><TR><TD BGCOLOR="#4a4a4a"><FONT COLOR="white" POINT-SIZE="10"><B>flat ~0.33 null</B></FONT></TD></TR></TABLE>>];
    scale_tiny [label=<<TABLE BORDER="0" CELLBORDER="1" CELLSPACING="0" CELLPADDING="5"><TR><TD BGCOLOR="#a9d3d9"><B>scale — tiny</B></TD></TR><TR><TD BGCOLOR="#efefef"><FONT POINT-SIZE="9" COLOR="#222222"><B>1.2M params</B></FONT></TD></TR><TR><TD ALIGN="LEFT"><FONT POINT-SIZE="9">fair recipe, smallest net</FONT></TD></TR><TR><TD BGCOLOR="#4a4a4a"><FONT COLOR="white" POINT-SIZE="10"><B>0.163 (underfits)</B></FONT></TD></TR></TABLE>>];
    scale_base [label=<<TABLE BORDER="0" CELLBORDER="1" CELLSPACING="0" CELLPADDING="5"><TR><TD BGCOLOR="#a9d3d9"><B>scale — base</B></TD></TR><TR><TD BGCOLOR="#efefef"><FONT POINT-SIZE="9" COLOR="#222222"><B>12M params</B></FONT></TD></TR><TR><TD ALIGN="LEFT"><FONT POINT-SIZE="9">fair recipe, mid net</FONT></TD></TR><TR><TD BGCOLOR="#4a4a4a"><FONT COLOR="white" POINT-SIZE="10"><B>0.251 (gap grows)</B></FONT></TD></TR></TABLE>>];
    scale_xl [label=<<TABLE BORDER="0" CELLBORDER="1" CELLSPACING="0" CELLPADDING="5"><TR><TD BGCOLOR="#a9d3d9"><B>scale — xl</B></TD></TR><TR><TD BGCOLOR="#efefef"><FONT POINT-SIZE="9" COLOR="#222222"><B>99M params</B></FONT></TD></TR><TR><TD ALIGN="LEFT"><FONT POINT-SIZE="9">fair recipe, largest net</FONT></TD></TR><TR><TD BGCOLOR="#4a4a4a"><FONT COLOR="white" POINT-SIZE="10"><B>0.270 · valid 0.591 — turns over (&lt; 50M)</B></FONT></TD></TR></TABLE>>];
    rft_stage2 [label=<<TABLE BORDER="0" CELLBORDER="1" CELLSPACING="0" CELLPADDING="5"><TR><TD BGCOLOR="#a9d3d9"><B>stage-2 RFT (on-policy distill)</B></TD></TR><TR><TD BGCOLOR="#efefef"><FONT POINT-SIZE="9" COLOR="#222222"><B>≈50M params</B></FONT></TD></TR><TR><TD ALIGN="LEFT"><FONT POINT-SIZE="9">distill the model's OWN best-of-N winning games back into greedy (RAFT)</FONT></TD></TR><TR><TD BGCOLOR="#4a4a4a"><FONT COLOR="white" POINT-SIZE="10"><B>win ~noise (0.32 selection peak); valid 0.681</B></FONT></TD></TR></TABLE>>];
    validity_max [label=<<TABLE BORDER="0" CELLBORDER="1" CELLSPACING="0" CELLPADDING="5"><TR><TD BGCOLOR="#a9d3d9"><B>validity-max (aux 3)</B></TD></TR><TR><TD BGCOLOR="#efefef"><FONT POINT-SIZE="9" COLOR="#222222"><B>≈50M params</B></FONT></TD></TR><TR><TD ALIGN="LEFT"><FONT POINT-SIZE="9">crank aux + distill own constrained-decode games to push in-weights spelling</FONT></TD></TR><TR><TD BGCOLOR="#4a4a4a"><FONT COLOR="white" POINT-SIZE="10"><B>CLEAN 0.281 (valid 0.71) — lever works</B></FONT></TD></TR></TABLE>>];
    validity_max_v2 [label=<<TABLE BORDER="0" CELLBORDER="1" CELLSPACING="0" CELLPADDING="5"><TR><TD BGCOLOR="#a9d3d9"><B>validity-max v2 (aux 6)</B></TD></TR><TR><TD BGCOLOR="#efefef"><FONT POINT-SIZE="9" COLOR="#222222"><B>≈50M params</B></FONT></TD></TR><TR><TD ALIGN="LEFT"><FONT POINT-SIZE="9">push aux + more always-valid self-distill; honest clean protocol (no dict)</FONT></TD></TR><TR><TD BGCOLOR="#4a4a4a"><FONT COLOR="white" POINT-SIZE="10"><B>CLEAN 0.302 (valid 0.76)</B></FONT></TD></TR></TABLE>>];
    validity_max_v3 [label=<<TABLE BORDER="0" CELLBORDER="1" CELLSPACING="0" CELLPADDING="5"><TR><TD BGCOLOR="#a9d3d9"><B>validity-max v3 (aux 8)</B></TD></TR><TR><TD BGCOLOR="#efefef"><FONT POINT-SIZE="9" COLOR="#222222"><B>≈50M params</B></FONT></TD></TR><TR><TD ALIGN="LEFT"><FONT POINT-SIZE="9">push aux harder still — validity lever PLATEAUS</FONT></TD></TR><TR><TD BGCOLOR="#4a4a4a"><FONT COLOR="white" POINT-SIZE="10"><B>CLEAN 0.264 (valid 0.77) — no gain, noise band</B></FONT></TD></TR></TABLE>>];
    validity_max_v4 [label=<<TABLE BORDER="0" CELLBORDER="1" CELLSPACING="0" CELLPADDING="5"><TR><TD BGCOLOR="#7ec8d0"><B>validity-max v4 (aux6, ALL train)</B></TD></TR><TR><TD BGCOLOR="#efefef"><FONT POINT-SIZE="9" COLOR="#222222"><B>≈50M params</B></FONT></TD></TR><TR><TD ALIGN="LEFT"><FONT POINT-SIZE="9">same recipe, scaled to all 1852 train secrets — DATA lever (better deduction generalization)</FONT></TD></TR><TR><TD BGCOLOR="#1f5e66"><FONT COLOR="white" POINT-SIZE="10"><B>CLEAN 0.332/0.335 (2 seeds) — BEST honest, verified</B></FONT></TD></TR></TABLE>>];
    infill [label=<<TABLE BORDER="0" CELLBORDER="1" CELLSPACING="0" CELLPADDING="5"><TR><TD BGCOLOR="#d9c89a"><B>green-conditioned infill (user idea)</B></TD></TR><TR><TD BGCOLOR="#efefef"><FONT POINT-SIZE="9" COLOR="#222222"><B>≈50M params</B></FONT></TD></TR><TR><TD ALIGN="LEFT"><FONT POINT-SIZE="9">green+yellow template as INPUT; clue-aware aux training-only. Valid opener (slate) but template-with-content breaks constrained turns</FONT></TD></TR><TR><TD BGCOLOR="#4a4a4a"><FONT COLOR="white" POINT-SIZE="10"><B>FAILED 0.05 (λ6/λ1 both) — explicit template net-negative, hurts like structured-context</B></FONT></TD></TR></TABLE>>];
    dense_encode [label=<<TABLE BORDER="0" CELLBORDER="1" CELLSPACING="0" CELLPADDING="5"><TR><TD BGCOLOR="#a9d3d9"><B>dense constraint-state (mm V2 port)</B></TD></TR><TR><TD BGCOLOR="#efefef"><FONT POINT-SIZE="9" COLOR="#222222"><B>≈50M params</B></FONT></TD></TR><TR><TD ALIGN="LEFT"><FONT POINT-SIZE="9">honest port of colleague's '90%' V2: replace raw history w/ clean digest (greens-by-pos, yellows-w-excluded-pos, grays-w-exact-count) as the ONLY input; dense-format warm-up, free char-gen, train-only secrets, disjoint TEST</FONT></TD></TR><TR><TD BGCOLOR="#4a4a4a"><FONT COLOR="white" POINT-SIZE="10"><B>REJECTED 0.065 TEST — MEMORIZES (train 0.317 vs held 0.075); their 90% was contamination, not the encoding</B></FONT></TD></TR></TABLE>>];
    grpo_honest [label=<<TABLE BORDER="0" CELLBORDER="1" CELLSPACING="0" CELLPADDING="5"><TR><TD BGCOLOR="#a9d3d9"><B>honest free-gen GRPO on 50M base</B></TD></TR><TR><TD BGCOLOR="#efefef"><FONT POINT-SIZE="9" COLOR="#222222"><B>≈50M params</B></FONT></TD></TR><TR><TD ALIGN="LEFT"><FONT POINT-SIZE="9">FIRST clean-lineage RL: correct free-gen GRPO (CoT-bearing rollout, win-dominance+non-word reward, group-rel adv no/std, clipped surrogate, k3 KL to frozen ref) on validity_max_v4; fixed the dropout-in-ratio bug so RL works mechanically; train-only secrets, eval clean</FONT></TD></TR><TR><TD BGCOLOR="#4a4a4a"><FONT COLOR="white" POINT-SIZE="10"><B>NULL 0.332 TEST — train win 0.41-&gt;0.60 (+19pt) but held-out FLAT; RL sharpens/memorizes train, zero transfer (the generalization wall, now via correct RL)</B></FONT></TD></TR></TABLE>>];
    reason_cot [label=<<TABLE BORDER="0" CELLBORDER="1" CELLSPACING="0" CELLPADDING="5"><TR><TD BGCOLOR="#a9d3d9"><B>reasoning-CoT (derive constraints)</B></TD></TR><TR><TD BGCOLOR="#efefef"><FONT POINT-SIZE="9" COLOR="#222222"><B>≈50M params</B></FONT></TD></TR><TR><TD ALIGN="LEFT"><FONT POINT-SIZE="9">condition on RAW history, DERIVE + write out the constraint state (greens/yellows/grays) as CoT, then guess; teacher supervises the derivation (train-only); free ephemeral decode</FONT></TD></TR><TR><TD BGCOLOR="#4a4a4a"><FONT COLOR="white" POINT-SIZE="10"><B>NULL (stopped ep20, win ~0.04) — reasoning COLLAPSED (derive-acc pinned 0.679 = all-BLANK); model routes around it. Restating a deterministic fn of the input adds NO info</B></FONT></TD></TR></TABLE>>];
    iter_refine [label=<<TABLE BORDER="0" CELLBORDER="1" CELLSPACING="0" CELLPADDING="5"><TR><TD BGCOLOR="#a9d3d9"><B>iterative refine (draft-&gt;edit)</B></TD></TR><TR><TD BGCOLOR="#efefef"><FONT POINT-SIZE="9" COLOR="#222222"><B>≈50M params</B></FONT></TD></TR><TR><TD ALIGN="LEFT"><FONT POINT-SIZE="9">learned edit operator: condition on history + a DRAFT word, output a better word; at play feed each guess back K passes (full-word lookahead); lean 36-vocab; near-miss/identity/random draft training</FONT></TD></TR><TR><TD BGCOLOR="#4a4a4a"><FONT COLOR="white" POINT-SIZE="10"><B>NULL 0.098 TEST — refinement = IDENTITY (passes 0=1=3 byte-identical); model ignores the draft. Same route-around as reason-CoT</B></FONT></TD></TR></TABLE>>];
    poe [label=<<TABLE BORDER="0" CELLBORDER="1" CELLSPACING="0" CELLPADDING="5"><TR><TD BGCOLOR="#a9d3d9"><B>product-of-experts (G x C)</B></TD></TR><TR><TD BGCOLOR="#efefef"><FONT POINT-SIZE="9" COLOR="#222222"><B>2x≈50M params</B></FONT></TD></TR><TR><TD ALIGN="LEFT"><FONT POINT-SIZE="9">fuse FROZEN generator G (validity_max_v4, common words) x a NEW consistency expert C (trained answer-agnostic on full-dict clue-&gt;consistent-word, 50k states) at the decode logits; beta sweep incl beta=0=G-alone; honest (both nets forward-pass, no dict/engine)</FONT></TD></TR><TR><TD BGCOLOR="#4a4a4a"><FONT COLOR="white" POINT-SIZE="10"><B>NULL 0.332 (delta +0.000 vs G) — C adds nothing at low beta, HURTS at high; learns 'a consistent word' but can't pin THE answer on held-out (the wall, relocated to fusion)</B></FONT></TD></TR></TABLE>>];
    ambiguity_diag [label=<<TABLE BORDER="0" CELLBORDER="1" CELLSPACING="0" CELLPADDING="5"><TR><TD BGCOLOR="#e8c98a"><B>ambiguity diagnostic</B></TD></TR><TR><TD BGCOLOR="#efefef"><FONT POINT-SIZE="9" COLOR="#222222"><B>method — no model</B></FONT></TD></TR><TR><TD ALIGN="LEFT"><FONT POINT-SIZE="9">measure WHY G loses: |consistent set| at each losing guess (exact full-dict scan)</FONT></TD></TR><TR><TD BGCOLOR="#4a4a4a"><FONT COLOR="white" POINT-SIZE="10"><B>KEY: wall is NOT ambiguity — 61% of losses have &lt;=3 consistent words, 20% UNIQUELY determined yet missed; ceiling +0.41 if tight cases solved</B></FONT></TD></TR></TABLE>>];
    poe_sharp [label=<<TABLE BORDER="0" CELLBORDER="1" CELLSPACING="0" CELLPADDING="5"><TR><TD BGCOLOR="#a9d3d9"><B>sharp consistency expert (endgame)</B></TD></TR><TR><TD BGCOLOR="#efefef"><FONT POINT-SIZE="9" COLOR="#222222"><B>2x≈50M params</B></FONT></TD></TR><TR><TD ALIGN="LEFT"><FONT POINT-SIZE="9">PoE with C retrained on TIGHT realistic states (the endgame curriculum); decisive test = can C produce the UNIQUE consistent word on held-out unique-answer states?</FONT></TD></TR><TR><TD BGCOLOR="#4a4a4a"><FONT COLOR="white" POINT-SIZE="10"><B>NULL 0.332 (delta +0.000); size-1 deduction acc 0.07 held / 0.14 train — constraint-&gt;unique-answer is a discrete SEARCH, not a learnable-generalizable fn. THE root cause of the 0.34 wall</B></FONT></TD></TR></TABLE>>];
    format_bakeoff [label=<<TABLE BORDER="0" CELLBORDER="1" CELLSPACING="0" CELLPADDING="5"><TR><TD BGCOLOR="#a9d3d9"><B>context-format bake-off (interleaved/keyboard)</B></TD></TR><TR><TD BGCOLOR="#efefef"><FONT POINT-SIZE="9" COLOR="#222222"><B>≈50M params</B></FONT></TD></TR><TR><TD ALIGN="LEFT"><FONT POINT-SIZE="9">fair from-scratch test of board LAYOUTS (letters-then-colors vs each letter beside its clue vs alphabet-state suffix); metric=clue-RESPECT (0.338 model violates clues 14%); full-367-TEST</FONT></TD></TR><TR><TD BGCOLOR="#4a4a4a"><FONT COLOR="white" POINT-SIZE="10"><B>NULL — interleaved respect 0.402 vs baseline 0.368 (+0.03, offset by worse spelling); early leads were learning-SPEED artifacts that converge to equal. Layout doesn't change converged tracking; deduction wall unmoved</B></FONT></TD></TR></TABLE>>];
    cot_width [label=<<TABLE BORDER="0" CELLBORDER="1" CELLSPACING="0" CELLPADDING="5"><TR><TD BGCOLOR="#a9d3d9"><B>more/less CoT (candidate-search width)</B></TD></TR><TR><TD BGCOLOR="#efefef"><FONT POINT-SIZE="9" COLOR="#222222"><B>≈50M params</B></FONT></TD></TR><TR><TD ALIGN="LEFT"><FONT POINT-SIZE="9">drift-free: force the real 0.338 model to emit N candidate-blocks before commit (N=1 less, N=10 more); also retrained K=6 A/B</FONT></TD></TR><TR><TD BGCOLOR="#4a4a4a"><FONT COLOR="white" POINT-SIZE="10"><B>NULL/NEG — more CoT MONOTONICALLY hurts (win N1 0.332 -&gt; N3 0.264 -&gt; N6 0.054 -&gt; N10 0.000); less (N=1) ≈ native; retrained K=6 +0.014 sub-σ. CoT value = SINGLE draft-then-commit, not multi-candidate search. Formatting thread closed</B></FONT></TD></TR></TABLE>>];
    data_expand [label=<<TABLE BORDER="0" CELLBORDER="1" CELLSPACING="0" CELLPADDING="5"><TR><TD BGCOLOR="#a9d3d9"><B>data lever: +common words (held excl)</B></TD></TR><TR><TD BGCOLOR="#efefef"><FONT POINT-SIZE="9" COLOR="#222222"><B>≈50M params</B></FONT></TD></TR><TR><TD ALIGN="LEFT"><FONT POINT-SIZE="9">add 3692 common 5-letter words (wordfreq, held-out EXCLUDED 0-leak) -&gt; 5520 secrets, warm-start v4; parallel teacher-gen (76s vs 25min)</FONT></TD></TR><TR><TD BGCOLOR="#4a4a4a"><FONT COLOR="white" POINT-SIZE="10"><B>NULL — TEST 0.272 vs 1852 control 0.267 (+0.005 noise); non-answer commons are a diff distribution, don't transfer. Data lever MAXED at the answer set</B></FONT></TD></TR></TABLE>>];
+     freq_aux [label=<<TABLE BORDER="0" CELLBORDER="1" CELLSPACING="0" CELLPADDING="5"><TR><TD BGCOLOR="#a9d3d9"><B>common-word prior (freq-weighted aux)</B></TD></TR><TR><TD BGCOLOR="#efefef"><FONT POINT-SIZE="9" COLOR="#222222"><B>≈50M params</B></FONT></TD></TR><TR><TD ALIGN="LEFT"><FONT POINT-SIZE="9">reweight the validity-aux toward COMMON valid words (wordfreq) — give the model English-frequency knowledge in-weights; warm-start v4, A/B vs uniform-aux</FONT></TD></TR><TR><TD BGCOLOR="#4a4a4a"><FONT COLOR="white" POINT-SIZE="10"><B>NULL/NEG — uniform 0.338 vs freq λ0.3 0.283 / λ0.7 0.221 / λ3 collapse; freq HURTS clue-respect (0.89-&gt;0.55). Knowledge is NOT the bottleneck; context-free commonness conflicts with clue-consistency</B></FONT></TD></TR></TABLE>>];
    control_teacher [label=<<TABLE BORDER="0" CELLBORDER="1" CELLSPACING="0" CELLPADDING="5"><TR><TD BGCOLOR="#e8c98a"><B>teacher-only control (noise-buster)</B></TD></TR><TR><TD BGCOLOR="#efefef"><FONT POINT-SIZE="9" COLOR="#222222"><B>≈50M params</B></FONT></TD></TR><TR><TD ALIGN="LEFT"><FONT POINT-SIZE="9">plain gentle re-train, no special ingredients — same VAL-selection procedure</FONT></TD></TR><TR><TD BGCOLOR="#4a4a4a"><FONT COLOR="white" POINT-SIZE="10"><B>VAL 0.365 by chance → TEST 0.259 — proves the win gains are noise</B></FONT></TD></TR></TABLE>>];
  }
  subgraph cluster_inf { label=<<B>INFERENCE PROBES (decoding, contaminated bases)</B>>; fontsize=13; color="#cccccc"; style="rounded"; bgcolor="#fbfbfb";
    beam_dict [label=<<TABLE BORDER="0" CELLBORDER="1" CELLSPACING="0" CELLPADDING="5"><TR><TD BGCOLOR="#aac4dd"><B>beam + dictionary decode</B></TD></TR><TR><TD BGCOLOR="#efefef"><FONT POINT-SIZE="9" COLOR="#222222"><B>≈25M params</B></FONT></TD></TR><TR><TD ALIGN="LEFT"><FONT POINT-SIZE="9">beam search ± constrained to real words via trie (no training)</FONT></TD></TR><TR><TD BGCOLOR="#4a4a4a"><FONT COLOR="white" POINT-SIZE="10"><B>greedy 0.392 → beam+dict 0.580</B></FONT></TD></TR></TABLE>>];
    norepeat_decode [label=<<TABLE BORDER="0" CELLBORDER="1" CELLSPACING="0" CELLPADDING="5"><TR><TD BGCOLOR="#aac4dd"><B>beam+dict + no-repeat</B></TD></TR><TR><TD BGCOLOR="#efefef"><FONT POINT-SIZE="9" COLOR="#222222"><B>≈25M params</B></FONT></TD></TR><TR><TD ALIGN="LEFT"><FONT POINT-SIZE="9">beam(10) + dict-trie + never re-emit a prior guess</FONT></TD></TR><TR><TD BGCOLOR="#4a4a4a"><FONT COLOR="white" POINT-SIZE="10"><B>0.596</B></FONT></TD></TR></TABLE>>];
    turn_budget [label=<<TABLE BORDER="0" CELLBORDER="1" CELLSPACING="0" CELLPADDING="5"><TR><TD BGCOLOR="#aac4dd"><B>turn-budget probe</B></TD></TR><TR><TD BGCOLOR="#efefef"><FONT POINT-SIZE="9" COLOR="#222222"><B>≈25M params</B></FONT></TD></TR><TR><TD ALIGN="LEFT"><FONT POINT-SIZE="9">same weights, allow 6/8/10 guesses</FONT></TD></TR><TR><TD BGCOLOR="#4a4a4a"><FONT COLOR="white" POINT-SIZE="10"><B>0.392 flat</B></FONT></TD></TR></TABLE>>];
    passk [label=<<TABLE BORDER="0" CELLBORDER="1" CELLSPACING="0" CELLPADDING="5"><TR><TD BGCOLOR="#aac4dd"><B>pass@N probe</B></TD></TR><TR><TD BGCOLOR="#efefef"><FONT POINT-SIZE="9" COLOR="#222222"><B>≈50M params</B></FONT></TD></TR><TR><TD ALIGN="LEFT"><FONT POINT-SIZE="9">sample N full games/secret, count any win</FONT></TD></TR><TR><TD BGCOLOR="#4a4a4a"><FONT COLOR="white" POINT-SIZE="10"><B>greedy 0.453 → pass@10 0.787</B></FONT></TD></TR></TABLE>>];
    self_consistency [label=<<TABLE BORDER="0" CELLBORDER="1" CELLSPACING="0" CELLPADDING="5"><TR><TD BGCOLOR="#aac4dd"><B>self-consistency vote</B></TD></TR><TR><TD BGCOLOR="#efefef"><FONT POINT-SIZE="9" COLOR="#222222"><B>≈50M params</B></FONT></TD></TR><TR><TD ALIGN="LEFT"><FONT POINT-SIZE="9">sample 12 traces/turn, commit the majority vote (no filter)</FONT></TD></TR><TR><TD BGCOLOR="#4a4a4a"><FONT COLOR="white" POINT-SIZE="10"><B>vote 0.627 vs pass@12 0.953</B></FONT></TD></TR></TABLE>>];
  }
  subgraph cluster_inf2 { label=<<B>INFERENCE on the CLEAN fair weights (aided)</B>>; fontsize=13; color="#cccccc"; style="rounded"; bgcolor="#fbfbfb";
    beam_decode [label=<<TABLE BORDER="0" CELLBORDER="1" CELLSPACING="0" CELLPADDING="5"><TR><TD BGCOLOR="#aac4dd"><B>honest beam (model's own dist)</B></TD></TR><TR><TD BGCOLOR="#efefef"><FONT POINT-SIZE="9" COLOR="#222222"><B>≈50M params</B></FONT></TD></TR><TR><TD ALIGN="LEFT"><FONT POINT-SIZE="9">commit highest-joint-prob 5-letter word under the model's OWN logits (no dict), B=1/4/8/16</FONT></TD></TR><TR><TD BGCOLOR="#4a4a4a"><FONT COLOR="white" POINT-SIZE="10"><B>NULL — B=1/4/8 byte-IDENTICAL (0.332); greedy argmax already = the highest-joint word; better decoding recovers nothing</B></FONT></TD></TR></TABLE>>];
    constrained_decode [label=<<TABLE BORDER="0" CELLBORDER="1" CELLSPACING="0" CELLPADDING="5"><TR><TD BGCOLOR="#aac4dd"><B>constrained-decode diagnostic</B></TD></TR><TR><TD BGCOLOR="#efefef"><FONT POINT-SIZE="9" COLOR="#222222"><B>≈50M params</B></FONT></TD></TR><TR><TD ALIGN="LEFT"><FONT POINT-SIZE="9">greedy masked to real-word spellings; model still deduces</FONT></TD></TR><TR><TD BGCOLOR="#4a4a4a"><FONT COLOR="white" POINT-SIZE="10"><B>0.281 → 0.436 · valid 1.0 — KNOWS the words</B></FONT></TD></TR></TABLE>>];
    bestof16 [label=<<TABLE BORDER="0" CELLBORDER="1" CELLSPACING="0" CELLPADDING="5"><TR><TD BGCOLOR="#aac4dd"><B>best-of-16 (valid vote)</B></TD></TR><TR><TD BGCOLOR="#efefef"><FONT POINT-SIZE="9" COLOR="#222222"><B>≈50M params</B></FONT></TD></TR><TR><TD ALIGN="LEFT"><FONT POINT-SIZE="9">sample 16, keep real words, majority vote</FONT></TD></TR><TR><TD BGCOLOR="#4a4a4a"><FONT COLOR="white" POINT-SIZE="10"><B>0.632 · valid 0.925</B></FONT></TD></TR></TABLE>>];
    bestof16_nodict [label=<<TABLE BORDER="0" CELLBORDER="1" CELLSPACING="0" CELLPADDING="5"><TR><TD BGCOLOR="#aac4dd"><B>best-of-16 NO dict</B></TD></TR><TR><TD BGCOLOR="#efefef"><FONT POINT-SIZE="9" COLOR="#222222"><B>≈50M params</B></FONT></TD></TR><TR><TD ALIGN="LEFT"><FONT POINT-SIZE="9">same, but keep non-words too</FONT></TD></TR><TR><TD BGCOLOR="#4a4a4a"><FONT COLOR="white" POINT-SIZE="10"><B>0.243 — compute alone HURTS</B></FONT></TD></TR></TABLE>>];
    bestof64 [label=<<TABLE BORDER="0" CELLBORDER="1" CELLSPACING="0" CELLPADDING="5"><TR><TD BGCOLOR="#aac4dd"><B>best-of-64</B></TD></TR><TR><TD BGCOLOR="#efefef"><FONT POINT-SIZE="9" COLOR="#222222"><B>≈50M params</B></FONT></TD></TR><TR><TD ALIGN="LEFT"><FONT POINT-SIZE="9">N=64</FONT></TD></TR><TR><TD BGCOLOR="#4a4a4a"><FONT COLOR="white" POINT-SIZE="10"><B>0.703</B></FONT></TD></TR></TABLE>>];
    bestof128 [label=<<TABLE BORDER="0" CELLBORDER="1" CELLSPACING="0" CELLPADDING="5"><TR><TD BGCOLOR="#7fa8cf"><B>best-of-128 — BEST</B></TD></TR><TR><TD BGCOLOR="#efefef"><FONT POINT-SIZE="9" COLOR="#222222"><B>≈50M params</B></FONT></TD></TR><TR><TD ALIGN="LEFT"><FONT POINT-SIZE="9">N=128</FONT></TD></TR><TR><TD BGCOLOR="#1f5e66"><FONT COLOR="white" POINT-SIZE="10"><B>0.719 · valid 0.979 (plateau)</B></FONT></TD></TR></TABLE>>];
    beam_trie [label=<<TABLE BORDER="0" CELLBORDER="1" CELLSPACING="0" CELLPADDING="5"><TR><TD BGCOLOR="#aac4dd"><B>beam over real-word trie</B></TD></TR><TR><TD BGCOLOR="#efefef"><FONT POINT-SIZE="9" COLOR="#222222"><B>≈50M params</B></FONT></TD></TR><TR><TD ALIGN="LEFT"><FONT POINT-SIZE="9">sequence-level argmax over valid words (best deterministic)</FONT></TD></TR><TR><TD BGCOLOR="#4a4a4a"><FONT COLOR="white" POINT-SIZE="10"><B>0.550 · valid 1.0</B></FONT></TD></TR></TABLE>>];
    ensemble [label=<<TABLE BORDER="0" CELLBORDER="1" CELLSPACING="0" CELLPADDING="5"><TR><TD BGCOLOR="#aac4dd"><B>ensemble committee (no dict)</B></TD></TR><TR><TD BGCOLOR="#efefef"><FONT POINT-SIZE="9" COLOR="#222222"><B>5x≈50M params</B></FONT></TD></TR><TR><TD ALIGN="LEFT"><FONT POINT-SIZE="9">5 trained models vote per board, majority (no dictionary) — pure multi-model test-time compute</FONT></TD></TR><TR><TD BGCOLOR="#4a4a4a"><FONT COLOR="white" POINT-SIZE="10"><B>0.283 — NULL (averages toward weaker members; below v4 0.332)</B></FONT></TD></TR></TABLE>>];
  }
  subgraph cluster_dep { label=<<B>DEPLOYED FRAMING</B>>; fontsize=13; color="#cccccc"; style="rounded"; bgcolor="#fbfbfb";
    deployed [label=<<TABLE BORDER="0" CELLBORDER="1" CELLSPACING="0" CELLPADDING="5"><TR><TD BGCOLOR="#d9c89a"><B>deployed real-Wordle player</B></TD></TR><TR><TD BGCOLOR="#efefef"><FONT POINT-SIZE="9" COLOR="#222222"><B>≈50M params</B></FONT></TD></TR><TR><TD ALIGN="LEFT"><FONT POINT-SIZE="9">trained on all 2,315 known answers (fixed set = the real game)</FONT></TD></TR><TR><TD BGCOLOR="#4a4a4a"><FONT COLOR="white" POINT-SIZE="10"><B>~0.62 (legit deployed, framing)</B></FONT></TD></TR></TABLE>>];
  }
  sft_3m -> sft_5m [label="scale+depth"];
  sft_5m -> sft_25m [label="5x params"];
  sft_25m -> sft_25m_div [label="diverse secrets"];
  sft_25m -> scale_99m [label="pure scale"];
  scale_99m -> codesign_50m [label="redesign+curriculum"];
  codesign_50m -> sft_deep [label="isolate redesign, converge"];
  sft_deep -> sft_aux [label="add spelling loss"];
  sft_aux -> sft_aux_xl [label="scale aux"];
  sft_3m -> bpe_12m [label="swap to BPE"];
  bpe_12m -> bpe_50m [label="capacity test"];
  oreo_11m -> oreo_50m [label="scale"];
  sft_aux -> structured_ctx [label="add state block"];
  sft_aux -> passk [label="pass@N probe"];
  sft_25m -> beam_dict [label="beam+dict"];
  sft_25m -> norepeat_decode [label="+no-repeat"];
  sft_25m -> turn_budget [label="more guesses"];
  passk -> cot_14m [label="reason to surface latent"];
  cot_14m -> cot_50m [label="scale CoT"];
  cot_50m -> cot_50m_aux [label="+aux"];
  cot_50m -> cot_show [label="integrity A/B"];
  cot_show -> cot_eph [label="throwaway scratchpad (fix leak)"];
  sft_deep -> cot_eph [label="matched baseline"];
  cot_eph -> cot_eph_aux [label="stack +aux"];
  sft_aux -> cot_eph_aux [label="the spelling lever"];
  sft_5m -> grpo_5m [label="RL?"];
  grpo_5m -> grpo_5m_div [label="diverse"];
  sft_25m -> self_distill_25m [label="bank spelling"];
  self_distill_25m -> rl_consistency [label="legality reward"];
  self_distill_25m -> rl_perguess [label="per-guess credit"];
  self_distill_25m -> rl_dict [label="dict-in-loop"];
  self_distill_25m -> rl_constrained [label="surface the answer"];
  sft_aux -> rl_polish [label="polish best"];
  sft_aux -> rl_infogain [label="info-gain term"];
  cot_eph_aux -> rl_expert_10row [label="expert-iter"];
  rl_expert_10row -> rl_expert_tail [label="reachability"];
  rl_expert_10row -> rl_grpo_polish [label="token-GRPO"];
  cot_eph_aux -> self_consistency [label="vote vs pass@N"];
  cot_eph_aux -> dpo_commit [label="DPO commit"];
  cot_eph_aux -> dpo_decisive [label="clean pairs"];
  dpo_commit -> dpo_guessonly [label="guess-only"];
  cot_eph_aux -> constraint_aux [label="train-in reward"];
  dpo_commit -> dagger_v1 [label="failure relabel"];
  dpo_commit -> rl_grpo_reward [label="GRPO+reward"];
  dpo_commit -> rl_grpo_guessonly [label="guess-only credit"];
  dagger_v1 -> dagger_v2 [label="full coverage"];
  cot_eph_aux -> audit [label="is it correct?"];
  dpo_commit -> audit [label="audit 0.631 too"];
  cot_eph_aux -> clean_rerun [label="re-run leak-free"];
  clean_rerun -> overnight_clean_sft [label="clean base"];
  overnight_clean_sft -> overnight_clean_dpo [label="DPO"];
  overnight_clean_sft -> overnight_clean_grpo [label="GRPO"];
  overnight_clean_sft -> overnight_clean_dagger [label="DAgger"];
  overnight_clean_dagger -> overnight_clean_dagger2 [label="×2"];
  overnight_clean_sft -> fair_stage1 [label="know dict, hide answers"];
  fair_stage1 -> distill_constrained [label="push validity"];
  fair_stage1 -> infogain_xit_c [label="info-gain XIT"];
  fair_stage1 -> infogain_xit_f [label="free / STaR"];
  fair_stage1 -> dpo_fair [label="retry DPO clean"];
  distill_constrained -> grpo_full_fair [label="long GRPO"];
  fair_stage1 -> scale_tiny [label="shrink"];
  fair_stage1 -> scale_base [label="mid"];
  fair_stage1 -> scale_xl [label="grow"];
  fair_stage1 -> rft_stage2 [label="on-policy self-distill"];
  fair_stage1 -> validity_max [label="push in-weights validity"];
  rft_stage2 -> control_teacher [label="attribution: ablate ingredients"];
  validity_max -> validity_max_v2 [label="push aux harder (clean protocol)"];
  validity_max_v2 -> validity_max_v3 [label="aux 8 — plateaus"];
  validity_max_v3 -> validity_max_v4 [label="aux6 + ALL train data"];
  fair_stage1 -> infill [label="clue-aware infill (template input, clue logic training-only)"];
  fair_stage1 -> constrained_decode [label="mask spelling (diagnostic)"];
  fair_stage1 -> bestof16 [label="test-time compute"];
  fair_stage1 -> bestof16_nodict [label="no-dict ablation"];
  bestof16 -> bestof64 [label="N=64"];
  bestof64 -> bestof128 [label="N=128"];
  fair_stage1 -> beam_trie [label="beam"];
  validity_max_v4 -> ensemble [label="commit-by-committee vote"];
  validity_max_v4 -> dense_encode [label="honest port of mm V2 dense encoding"];
  validity_max_v4 -> grpo_honest [label="honest free-gen GRPO (CoT-bearing, RL question)"];
  validity_max_v4 -> reason_cot [label="execute deduction via reasoning (not amortize)"];
  reason_cot -> iter_refine [label="cross-pass computation instead of restating"];
  iter_refine -> poe [label="multiplicative fusion (can't be routed around)"];
  poe -> ambiguity_diag [label="why does G lose? measure the consistent set"];
  ambiguity_diag -> poe_sharp [label="losses are tight -&gt; sharpen C on the endgame"];
  ambiguity_diag -> format_bakeoff [label="14% clue-violations -&gt; does layout reduce them?"];
  format_bakeoff -> cot_width [label="layout null -&gt; does MORE CoT (search) help?"];
  validity_max_v4 -> data_expand [label="more answer-LIKE data (common words)?"];
  validity_max_v4 -> beam_decode [label="better decoding of the same weights?"];
+   validity_max_v4 -> freq_aux [label="give it English word-frequency knowledge?"];
  cot_eph_aux -> deployed [label="deployed framing"];
  dpo_commit -> deployed [label="best deployed"];
}
